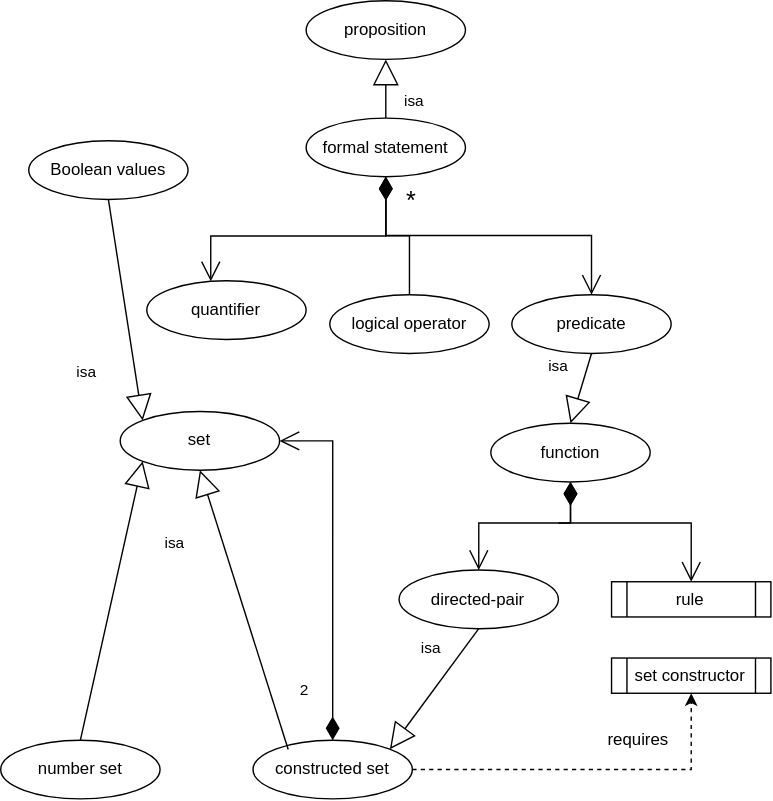
Above: app1/segPics/ontologyModel.drawio.svg in jpryan17/hobbyNotes (draw.io), before the change. Source tidied: cells renumbered, new cells last; positions are measured from the earlier drawing's top-left corner, leaving out a move shared by most shapes.
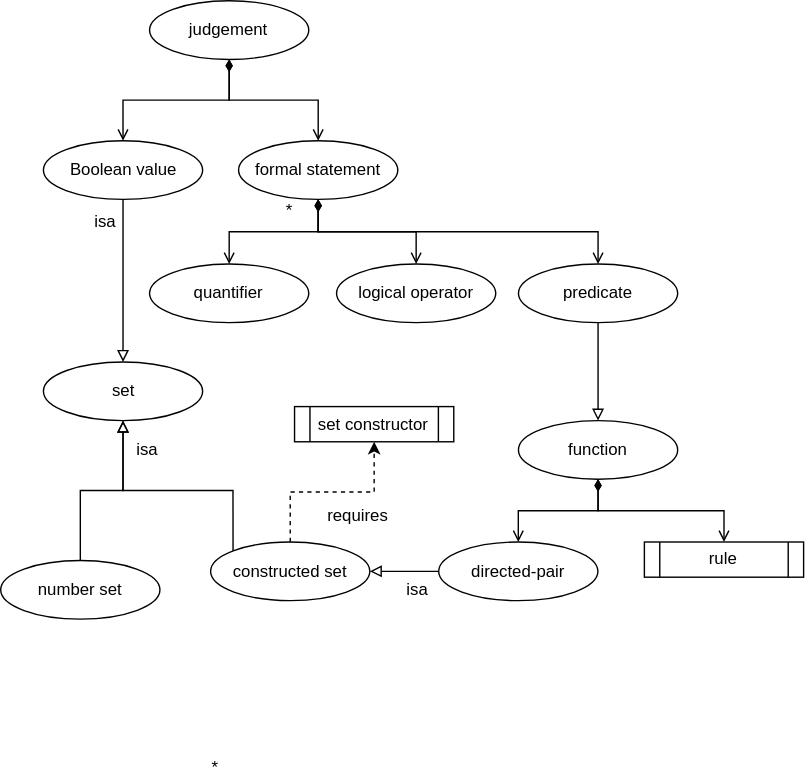
After the commit.

Diff of the diagram source:
```diff
@@ -2,115 +2,109 @@
   <root>
     <mxCell id="0" />
     <mxCell id="1" parent="0" />
+    <mxCell id="30" style="edgeStyle=orthogonalEdgeStyle;rounded=0;jettySize=auto;html=1;exitX=0.5;exitY=0;exitDx=0;exitDy=0;entryX=0.5;entryY=1;entryDx=0;entryDy=0;startArrow=open;startFill=0;endArrow=diamondThin;endFill=1;" parent="1" edge="1" source="2" target="37">
+      <mxGeometry relative="1" as="geometry" />
+    </mxCell>
-    <mxCell id="2" value="proposition" style="ellipse;whiteSpace=wrap;html=1;fillColor=none;" parent="1" vertex="1">
-      <mxGeometry x="218.1" width="113.8" height="41.9" as="geometry" />
+    <mxCell id="2" value="formal statement" style="ellipse;whiteSpace=wrap;html=1;fillColor=none;" parent="1" vertex="1">
+      <mxGeometry x="130" width="113.8" height="41.9" as="geometry" />
     </mxCell>
+    <mxCell id="31" style="edgeStyle=orthogonalEdgeStyle;rounded=0;jettySize=auto;html=1;exitX=0.5;exitY=0;exitDx=0;exitDy=0;entryX=0.5;entryY=1;entryDx=0;entryDy=0;startArrow=open;startFill=0;endArrow=diamondThin;endFill=1;" parent="1" edge="1" source="3" target="2">
+      <mxGeometry relative="1" as="geometry" />
+    </mxCell>
     <mxCell id="3" value="quantifier" style="ellipse;whiteSpace=wrap;html=1;fillColor=none;" parent="1" vertex="1">
-      <mxGeometry x="104.3" y="200" width="113.8" height="41.9" as="geometry" />
+      <mxGeometry x="66.4" y="88.1" width="113.8" height="41.9" as="geometry" />
     </mxCell>
+    <mxCell id="14" style="edgeStyle=orthogonalEdgeStyle;rounded=0;jettySize=auto;html=1;exitX=0.5;exitY=1;exitDx=0;exitDy=0;entryX=0.5;entryY=0;entryDx=0;entryDy=0;endArrow=block;endFill=0;" parent="1" edge="1" source="4" target="5">
+      <mxGeometry relative="1" as="geometry" />
+    </mxCell>
+    <mxCell id="32" style="edgeStyle=orthogonalEdgeStyle;rounded=0;jettySize=auto;html=1;exitX=0.5;exitY=0;exitDx=0;exitDy=0;entryX=0.5;entryY=1;entryDx=0;entryDy=0;endArrow=diamondThin;endFill=1;startArrow=open;startFill=0;" parent="1" edge="1" source="4" target="2">
+      <mxGeometry relative="1" as="geometry" />
+    </mxCell>
     <mxCell id="4" value="predicate" style="ellipse;whiteSpace=wrap;html=1;fillColor=none;" parent="1" vertex="1">
-      <mxGeometry x="365" y="210" width="113.8" height="41.9" as="geometry" />
+      <mxGeometry x="330" y="88.1" width="113.8" height="41.9" as="geometry" />
     </mxCell>
     <mxCell id="5" value="function" style="ellipse;whiteSpace=wrap;html=1;fillColor=none;" parent="1" vertex="1">
-      <mxGeometry x="350" y="301.8" width="113.8" height="41.9" as="geometry" />
+      <mxGeometry x="330" y="200" width="113.8" height="41.9" as="geometry" />
     </mxCell>
+    <mxCell id="20" style="edgeStyle=orthogonalEdgeStyle;rounded=0;jettySize=auto;html=1;exitX=0;exitY=0.5;exitDx=0;exitDy=0;entryX=1;entryY=0.5;entryDx=0;entryDy=0;endArrow=block;endFill=0;" parent="1" edge="1" source="6" target="19">
+      <mxGeometry relative="1" as="geometry" />
+    </mxCell>
+    <mxCell id="33" style="edgeStyle=orthogonalEdgeStyle;rounded=0;jettySize=auto;html=1;exitX=0.5;exitY=0;exitDx=0;exitDy=0;entryX=0.5;entryY=1;entryDx=0;entryDy=0;startArrow=open;startFill=0;endArrow=diamondThin;endFill=1;" parent="1" edge="1" source="6" target="5">
+      <mxGeometry relative="1" as="geometry" />
+    </mxCell>
     <mxCell id="6" value="directed-pair" style="ellipse;whiteSpace=wrap;html=1;fillColor=none;" parent="1" vertex="1">
-      <mxGeometry x="284.5" y="406.5" width="113.8" height="41.9" as="geometry" />
+      <mxGeometry x="273" y="286.8" width="113.8" height="41.9" as="geometry" />
     </mxCell>
     <mxCell id="7" value="set" style="ellipse;whiteSpace=wrap;html=1;fillColor=none;" parent="1" vertex="1">
-      <mxGeometry x="85.3" y="293.4" width="113.8" height="41.9" as="geometry" />
+      <mxGeometry x="-9.5" y="158.1" width="113.8" height="41.9" as="geometry" />
     </mxCell>
     <mxCell id="8" value="set constructor" style="shape=process;whiteSpace=wrap;html=1;backgroundOutline=1;fillColor=none;" parent="1" vertex="1">
-      <mxGeometry x="436.2" y="469.4" width="113.8" height="25.1" as="geometry" />
+      <mxGeometry x="170" y="190" width="113.8" height="25.1" as="geometry" />
     </mxCell>
+    <mxCell id="34" style="edgeStyle=orthogonalEdgeStyle;rounded=0;jettySize=auto;html=1;exitX=0.5;exitY=0;exitDx=0;exitDy=0;entryX=0.5;entryY=1;entryDx=0;entryDy=0;startArrow=open;startFill=0;endArrow=diamondThin;endFill=1;" parent="1" edge="1" source="9" target="5">
+      <mxGeometry relative="1" as="geometry" />
+    </mxCell>
     <mxCell id="9" value="rule" style="shape=process;whiteSpace=wrap;html=1;backgroundOutline=1;fillColor=none;" parent="1" vertex="1">
-      <mxGeometry x="436.2" y="414.9" width="113.8" height="25.1" as="geometry" />
+      <mxGeometry x="420" y="286.8" width="113.8" height="25.1" as="geometry" />
     </mxCell>
-    <mxCell id="10" value="formal statement" style="ellipse;whiteSpace=wrap;html=1;fillColor=none;" parent="1" vertex="1">
-      <mxGeometry x="218.1" y="83.8" width="113.8" height="41.9" as="geometry" />
-    </mxCell>
-    <mxCell id="11" value="isa" style="endArrow=block;endSize=16;endFill=0;html=1;rounded=0;entryX=0.5;entryY=1;entryDx=0;entryDy=0;exitX=0.5;exitY=0;exitDx=0;exitDy=0;" parent="1" edge="1" source="10" target="2">
-      <mxGeometry x="-0.43" y="-20" relative="1" as="geometry" />
-    </mxCell>
-    <mxCell id="12" style="endArrow=open;html=1;endSize=12;startArrow=diamondThin;startSize=14;startFill=1;edgeStyle=orthogonalEdgeStyle;align=left;verticalAlign=bottom;rounded=0;exitX=0.5;exitY=1;exitDx=0;exitDy=0;" parent="1" edge="1" source="10" target="3">
-      <mxGeometry x="-1" y="3" relative="1" as="geometry">
-        <Array as="points">
-          <mxPoint x="275" y="168" />
-          <mxPoint x="150" y="168" />
-        </Array>
-      </mxGeometry>
-    </mxCell>
-    <mxCell id="13" style="endArrow=open;html=1;endSize=12;startArrow=diamondThin;startSize=14;startFill=1;edgeStyle=orthogonalEdgeStyle;align=left;verticalAlign=bottom;rounded=0;entryX=0.5;entryY=0;entryDx=0;entryDy=0;exitX=0.5;exitY=1;exitDx=0;exitDy=0;" parent="1" edge="1" source="10" target="4">
-      <mxGeometry x="-1" y="3" relative="1" as="geometry">
-        <Array as="points">
-          <mxPoint x="275" y="167.7" />
-          <mxPoint x="421.9" y="167.7" />
-        </Array>
-      </mxGeometry>
-    </mxCell>
-    <mxCell id="14" value="isa" style="endArrow=block;endSize=16;endFill=0;html=1;rounded=0;entryX=0.5;entryY=0;entryDx=0;entryDy=0;exitX=0.5;exitY=1;exitDx=0;exitDy=0;" parent="1" edge="1" source="4" target="5">
-      <mxGeometry x="-0.43" y="-20" relative="1" as="geometry" />
-    </mxCell>
-    <mxCell id="15" style="endArrow=open;html=1;endSize=12;startArrow=diamondThin;startSize=14;startFill=1;edgeStyle=orthogonalEdgeStyle;align=left;verticalAlign=bottom;rounded=0;exitX=0.5;exitY=1;exitDx=0;exitDy=0;entryX=0.5;entryY=0;entryDx=0;entryDy=0;" parent="1" edge="1" source="5" target="9">
-      <mxGeometry x="-1" y="3" relative="1" as="geometry">
-        <Array as="points">
-          <mxPoint x="398.3" y="373" />
-          <mxPoint x="493.1" y="373" />
-          <mxPoint x="493.1" y="402.4" />
-        </Array>
-      </mxGeometry>
-    </mxCell>
-    <mxCell id="16" style="endArrow=open;html=1;endSize=12;startArrow=diamondThin;startSize=14;startFill=1;edgeStyle=orthogonalEdgeStyle;align=left;verticalAlign=bottom;rounded=0;entryX=0.5;entryY=0;entryDx=0;entryDy=0;exitX=0.5;exitY=1;exitDx=0;exitDy=0;" parent="1" edge="1" source="5" target="6">
-      <mxGeometry x="-1" y="3" relative="1" as="geometry">
-        <Array as="points">
-          <mxPoint x="398.3" y="373" />
-          <mxPoint x="341.4" y="373" />
-          <mxPoint x="341.4" y="402.4" />
-        </Array>
-      </mxGeometry>
-    </mxCell>
+    <mxCell id="18" style="edgeStyle=orthogonalEdgeStyle;rounded=0;jettySize=auto;html=1;exitX=0.5;exitY=0;exitDx=0;exitDy=0;entryX=0.5;entryY=1;entryDx=0;entryDy=0;endArrow=block;endFill=0;" parent="1" edge="1" source="17" target="7">
+      <mxGeometry relative="1" as="geometry" />
+    </mxCell>
     <mxCell id="17" value="number set" style="ellipse;whiteSpace=wrap;html=1;fillColor=none;" parent="1" vertex="1">
-      <mxGeometry y="528.1" width="113.8" height="41.9" as="geometry" />
+      <mxGeometry x="-40" y="300" width="113.8" height="41.9" as="geometry" />
     </mxCell>
-    <mxCell id="18" value="isa" style="endArrow=block;endSize=16;endFill=0;html=1;rounded=0;entryX=0;entryY=1;entryDx=0;entryDy=0;exitX=0.5;exitY=0;exitDx=0;exitDy=0;" parent="1" edge="1" source="17" target="7">
-      <mxGeometry x="0.49" y="-35" relative="1" as="geometry" />
-    </mxCell>
+    <mxCell id="23" value="requires" style="text;html=1;whiteSpace=wrap;strokeColor=none;fillColor=none;align=center;verticalAlign=middle;rounded=0;" parent="1" vertex="1">
+      <mxGeometry x="186.9" y="260" width="56.9" height="16.8" as="geometry" />
+    </mxCell>
+    <mxCell id="35" style="edgeStyle=orthogonalEdgeStyle;rounded=0;jettySize=auto;html=1;exitX=0.5;exitY=0;exitDx=0;exitDy=0;entryX=0.5;entryY=1;entryDx=0;entryDy=0;startArrow=open;startFill=0;endArrow=diamondThin;endFill=1;" parent="1" edge="1" source="26" target="37">
+      <mxGeometry relative="1" as="geometry" />
+    </mxCell>
+    <mxCell id="27" style="edgeStyle=orthogonalEdgeStyle;rounded=0;jettySize=auto;html=1;exitX=0.5;exitY=1;exitDx=0;exitDy=0;entryX=0.5;entryY=0;entryDx=0;entryDy=0;endArrow=block;endFill=0;" parent="1" edge="1" source="26" target="7">
+      <mxGeometry relative="1" as="geometry" />
+    </mxCell>
+    <mxCell id="26" value="Boolean value" style="ellipse;whiteSpace=wrap;html=1;fillColor=none;" parent="1" vertex="1">
+      <mxGeometry x="-9.5" width="113.8" height="41.9" as="geometry" />
+    </mxCell>
+    <mxCell id="36" style="edgeStyle=orthogonalEdgeStyle;rounded=0;jettySize=auto;html=1;exitX=0.5;exitY=0;exitDx=0;exitDy=0;entryX=0.5;entryY=1;entryDx=0;entryDy=0;startArrow=open;startFill=0;endArrow=diamondThin;endFill=1;" parent="1" edge="1" source="29" target="2">
+      <mxGeometry relative="1" as="geometry" />
+    </mxCell>
+    <mxCell id="29" value="logical operator" style="ellipse;whiteSpace=wrap;html=1;fillColor=none;" parent="1" vertex="1">
+      <mxGeometry x="200" y="88.1" width="113.8" height="41.9" as="geometry" />
+    </mxCell>
+    <mxCell id="37" value="judgement" style="ellipse;whiteSpace=wrap;html=1;fillColor=none;" parent="1" vertex="1">
+      <mxGeometry x="66.4" y="-100" width="113.8" height="41.9" as="geometry" />
+    </mxCell>
+    <mxCell id="22" style="edgeStyle=orthogonalEdgeStyle;rounded=0;jettySize=auto;html=1;exitX=0.5;exitY=0;exitDx=0;exitDy=0;entryX=0.5;entryY=1;entryDx=0;entryDy=0;dashed=1;" parent="1" edge="1" source="19" target="8">
+      <mxGeometry relative="1" as="geometry" />
+    </mxCell>
+    <mxCell id="38" style="edgeStyle=orthogonalEdgeStyle;rounded=0;jettySize=auto;html=1;exitX=0;exitY=0;exitDx=0;exitDy=0;entryX=0.5;entryY=1;entryDx=0;entryDy=0;endArrow=block;endFill=0;" parent="1" edge="1" source="19" target="7">
+      <mxGeometry relative="1" as="geometry">
+        <Array as="points">
+          <mxPoint x="126" y="250" />
+          <mxPoint x="47.4" y="250" />
+        </Array>
+      </mxGeometry>
+    </mxCell>
     <mxCell id="19" value="constructed set" style="ellipse;whiteSpace=wrap;html=1;fillColor=none;" parent="1" vertex="1">
-      <mxGeometry x="180.2" y="528.1" width="113.8" height="41.9" as="geometry" />
+      <mxGeometry x="110" y="286.8" width="113.8" height="41.9" as="geometry" />
     </mxCell>
-    <mxCell id="20" value="isa" style="endArrow=block;endSize=16;endFill=0;html=1;rounded=0;entryX=1;entryY=0;entryDx=0;entryDy=0;exitX=0.5;exitY=1;exitDx=0;exitDy=0;" parent="1" edge="1" source="6" target="19">
-      <mxGeometry x="-0.43" y="-20" relative="1" as="geometry" />
-    </mxCell>
-    <mxCell id="21" value="2" style="endArrow=open;html=1;endSize=12;startArrow=diamondThin;startSize=14;startFill=1;edgeStyle=orthogonalEdgeStyle;align=left;verticalAlign=bottom;rounded=0;entryX=1;entryY=0.5;entryDx=0;entryDy=0;exitX=0.5;exitY=0;exitDx=0;exitDy=0;" parent="1" edge="1" source="19" target="7">
-      <mxGeometry x="-0.79" y="25" relative="1" as="geometry" />
-    </mxCell>
-    <mxCell id="22" style="endArrow=classic;html=1;rounded=0;dashed=1;exitX=1;exitY=0.5;exitDx=0;exitDy=0;entryX=0.5;entryY=1;entryDx=0;entryDy=0;" parent="1" edge="1" source="19" target="8">
-      <mxGeometry relative="1" as="geometry">
-        <Array as="points">
-          <mxPoint x="493.1" y="549" />
-        </Array>
-      </mxGeometry>
-    </mxCell>
-    <mxCell id="23" value="requires" style="text;html=1;whiteSpace=wrap;strokeColor=none;fillColor=none;align=center;verticalAlign=middle;rounded=0;" parent="1" vertex="1">
-      <mxGeometry x="426.7" y="519.7" width="56.9" height="16.8" as="geometry" />
-    </mxCell>
-    <mxCell id="24" value="&lt;font style=&quot;font-size:         18px;&quot;&gt;*&lt;/font&gt;" style="text;html=1;whiteSpace=wrap;strokeColor=none;fillColor=none;align=center;verticalAlign=middle;rounded=0;" parent="1" vertex="1">
-      <mxGeometry x="284.5" y="130" width="19" height="25.1" as="geometry" />
-    </mxCell>
-    <mxCell id="25" style="endArrow=block;endSize=16;endFill=0;html=1;rounded=0;entryX=0.5;entryY=1;entryDx=0;entryDy=0;exitX=0.221;exitY=0.157;exitDx=0;exitDy=0;exitPerimeter=0;" parent="1" edge="1" source="19" target="7">
-      <mxGeometry x="-0.43" y="-20" relative="1" as="geometry" />
-    </mxCell>
-    <mxCell id="26" value="Boolean values" style="ellipse;whiteSpace=wrap;html=1;fillColor=none;" parent="1" vertex="1">
-      <mxGeometry x="20" y="100" width="113.8" height="41.9" as="geometry" />
-    </mxCell>
-    <mxCell id="27" value="isa" style="endArrow=block;endSize=16;endFill=0;html=1;rounded=0;entryX=0;entryY=0;entryDx=0;entryDy=0;exitX=0.5;exitY=1;exitDx=0;exitDy=0;" parent="1" edge="1" source="26" target="7">
-      <mxGeometry x="0.49" y="-35" relative="1" as="geometry" />
-    </mxCell>
-    <mxCell id="28" style="edgeStyle=orthogonalEdgeStyle;rounded=0;jettySize=auto;html=1;exitX=0.5;exitY=0;exitDx=0;exitDy=0;entryX=0.5;entryY=1;entryDx=0;entryDy=0;" parent="1" edge="1" source="29" target="10">
-      <mxGeometry relative="1" as="geometry" />
-    </mxCell>
-    <mxCell id="29" value="logical operator" style="ellipse;whiteSpace=wrap;html=1;fillColor=none;" parent="1" vertex="1">
-      <mxGeometry x="235" y="210" width="113.8" height="41.9" as="geometry" />
-    </mxCell>
+    <mxCell id="39" style="edgeStyle=orthogonalEdgeStyle;rounded=0;orthogonalLoop=1;jettySize=auto;html=1;innerLoopWaypoints=1;exitX=0.5;exitY=1;exitDx=0;exitDy=0;" parent="1" edge="1" source="9" target="9">
+      <mxGeometry relative="1" as="geometry" />
+    </mxCell>
+    <mxCell id="40" value="isa" style="text;html=1;whiteSpace=wrap;strokeColor=none;fillColor=none;align=center;verticalAlign=middle;rounded=0;" parent="1" vertex="1">
+      <mxGeometry x="243.2" y="312.6" width="29.8" height="16.8" as="geometry" />
+    </mxCell>
+    <mxCell id="41" value="isa" style="text;html=1;whiteSpace=wrap;strokeColor=none;fillColor=none;align=center;verticalAlign=middle;rounded=0;" parent="1" vertex="1">
+      <mxGeometry x="20" y="50" width="29.8" height="16.8" as="geometry" />
+    </mxCell>
+    <mxCell id="42" value="isa" style="text;html=1;whiteSpace=wrap;strokeColor=none;fillColor=none;align=center;verticalAlign=middle;rounded=0;" parent="1" vertex="1">
+      <mxGeometry x="49.8" y="212.6" width="29.8" height="16.8" as="geometry" />
+    </mxCell>
+    <mxCell id="43" value="*" style="text;html=1;whiteSpace=wrap;strokeColor=none;fillColor=none;align=center;verticalAlign=middle;rounded=0;" parent="1" vertex="1">
+      <mxGeometry x="104" y="440" width="19.3" height="16.8" as="geometry" />
+    </mxCell>
+    <mxCell id="44" value="*" style="text;html=1;whiteSpace=wrap;strokeColor=none;fillColor=none;align=center;verticalAlign=middle;rounded=0;" parent="1" vertex="1">
+      <mxGeometry x="157.3" y="41.9" width="19.3" height="16.8" as="geometry" />
+    </mxCell>
   </root>
 </mxGraphModel>
```
